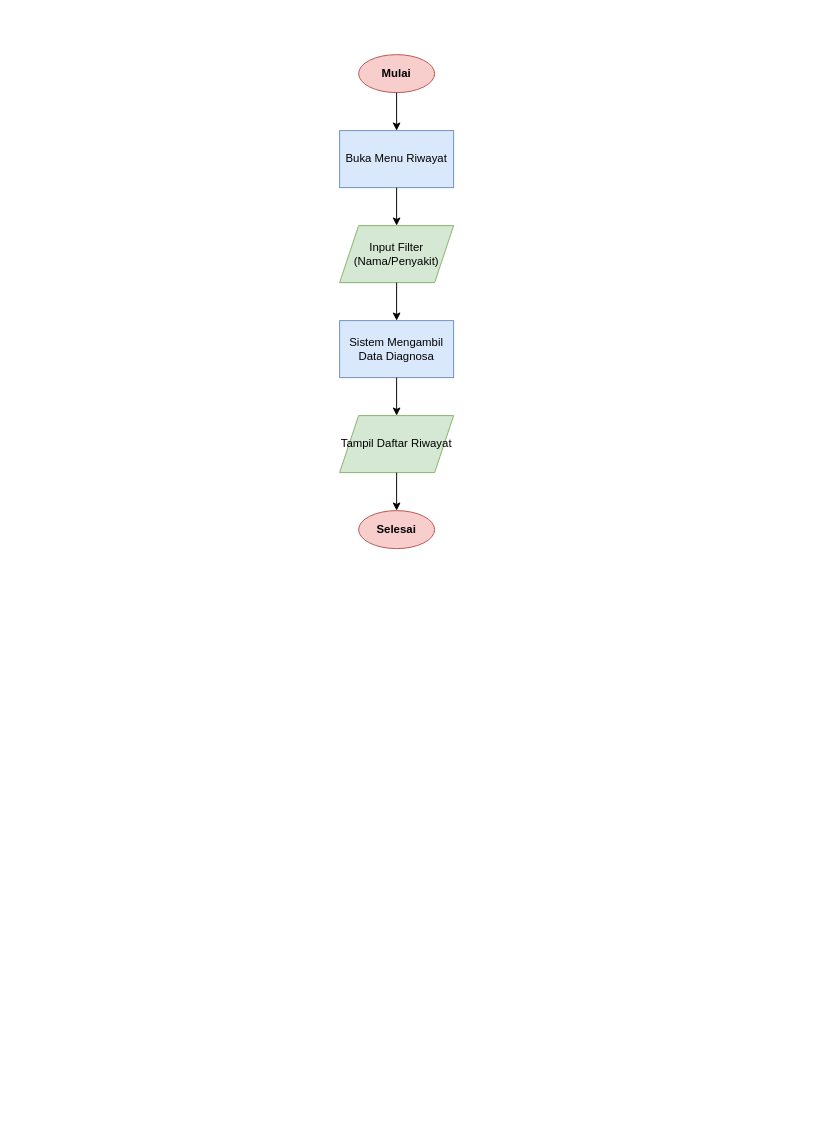
Before: diagram/flowchart/riwayat.drawio in Jinsky/Jinsky, a draw.io diagram. Source tidied: cells renumbered, new cells numbered last; positions are measured from the earlier drawing's top-left corner, leaving out a move shared by most shapes. Both pictures are drawn from the tidied source at 95%, with x=0, y=0 at pixel (339, 54).
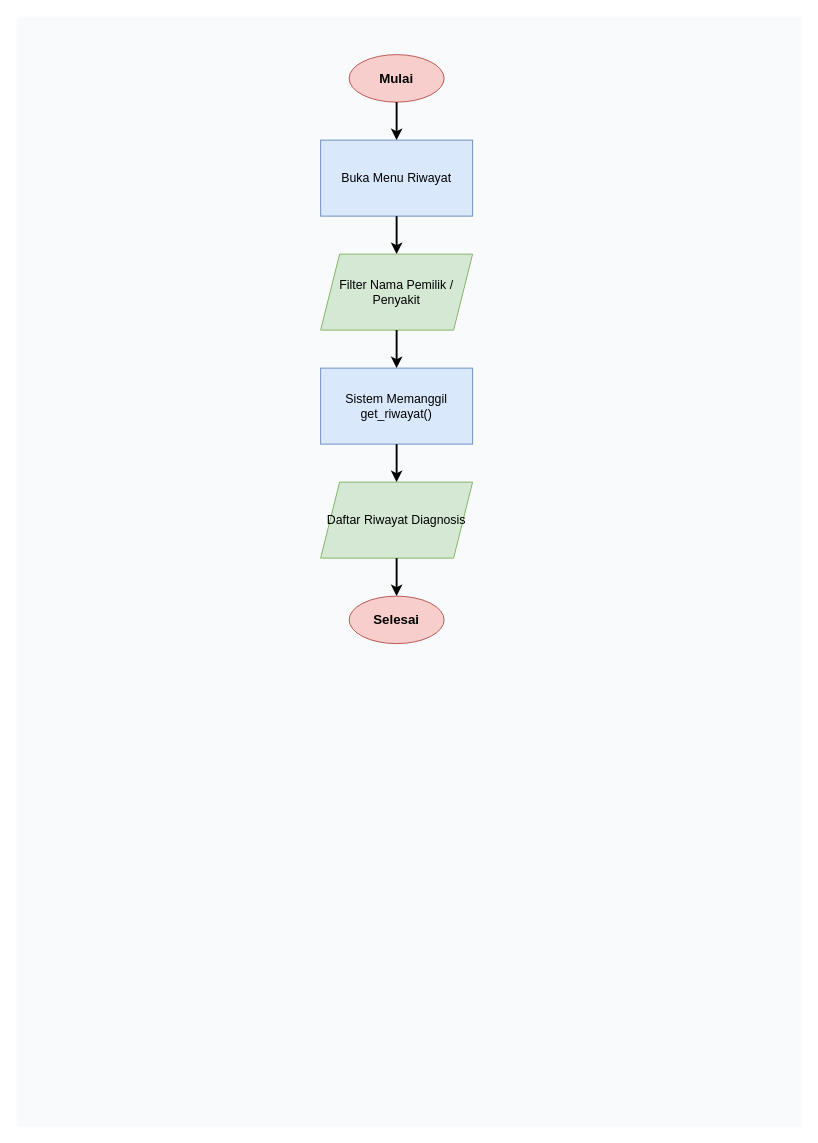
The same page after the edit.

Diff of the diagram source:
```diff
@@
 <mxGraphModel>
   <root>
     <mxCell id="0" />
     <mxCell id="1" parent="0" />
-    <mxCell id="2" value="Mulai" style="ellipse;whiteSpace=wrap;html=1;fillColor=#f8cecc;strokeColor=#b85450;fontStyle=1;" parent="1" vertex="1">
-      <mxGeometry x="20" width="80" height="40" as="geometry" />
-    </mxCell>
+    <mxCell id="13" style="rounded=0;whiteSpace=wrap;html=1;fillColor=#f8fafc;strokeColor=none;" parent="1" vertex="1">
+      <mxGeometry x="-340" y="-40" width="827" height="1169" as="geometry" />
+    </mxCell>
+    <mxCell id="12" value="Mulai" style="ellipse;whiteSpace=wrap;html=1;fillColor=#f8cecc;strokeColor=#b85450;fontStyle=1;fontSize=14;" parent="1" vertex="1">
+      <mxGeometry x="10" width="100" height="50" as="geometry" />
+    </mxCell>
-    <mxCell id="3" value="Buka Menu Riwayat" style="rounded=0;whiteSpace=wrap;html=1;fillColor=#dae8fc;strokeColor=#6c8ebf;" parent="1" vertex="1">
-      <mxGeometry y="80" width="120" height="60" as="geometry" />
+    <mxCell id="3" value="Buka Menu Riwayat" style="rounded=0;whiteSpace=wrap;html=1;fillColor=#dae8fc;strokeColor=#6c8ebf;fontSize=13;" parent="1" vertex="1">
+      <mxGeometry x="-20" y="90" width="160" height="80" as="geometry" />
     </mxCell>
-    <mxCell id="4" value="Input Filter (Nama/Penyakit)" style="shape=parallelogram;perimeter=parallelogramPerimeter;whiteSpace=wrap;html=1;fixedSize=1;fillColor=#d5e8d4;strokeColor=#82b366;" parent="1" vertex="1">
-      <mxGeometry y="180" width="120" height="60" as="geometry" />
-    </mxCell>
-    <mxCell id="5" value="Sistem Mengambil Data Diagnosa" style="rounded=0;whiteSpace=wrap;html=1;fillColor=#dae8fc;strokeColor=#6c8ebf;" parent="1" vertex="1">
-      <mxGeometry y="280" width="120" height="60" as="geometry" />
-    </mxCell>
-    <mxCell id="6" value="Tampil Daftar Riwayat" style="shape=parallelogram;perimeter=parallelogramPerimeter;whiteSpace=wrap;html=1;fixedSize=1;fillColor=#d5e8d4;strokeColor=#82b366;" parent="1" vertex="1">
-      <mxGeometry y="380" width="120" height="60" as="geometry" />
-    </mxCell>
+    <mxCell id="14" value="Filter Nama Pemilik / Penyakit" style="shape=parallelogram;perimeter=parallelogramPerimeter;whiteSpace=wrap;html=1;fixedSize=1;fillColor=#d5e8d4;strokeColor=#82b366;fontSize=13;" parent="1" vertex="1">
+      <mxGeometry x="-20" y="210" width="160" height="80" as="geometry" />
+    </mxCell>
+    <mxCell id="15" value="Sistem Memanggil get_riwayat()" style="rounded=0;whiteSpace=wrap;html=1;fillColor=#dae8fc;strokeColor=#6c8ebf;fontSize=13;" parent="1" vertex="1">
+      <mxGeometry x="-20" y="330" width="160" height="80" as="geometry" />
+    </mxCell>
+    <mxCell id="16" value="Daftar Riwayat Diagnosis" style="shape=parallelogram;perimeter=parallelogramPerimeter;whiteSpace=wrap;html=1;fixedSize=1;fillColor=#d5e8d4;strokeColor=#82b366;fontSize=13;" parent="1" vertex="1">
+      <mxGeometry x="-20" y="450" width="160" height="80" as="geometry" />
+    </mxCell>
-    <mxCell id="7" value="Selesai" style="ellipse;whiteSpace=wrap;html=1;fillColor=#f8cecc;strokeColor=#b85450;fontStyle=1;" parent="1" vertex="1">
-      <mxGeometry x="20" y="480" width="80" height="40" as="geometry" />
+    <mxCell id="7" value="Selesai" style="ellipse;whiteSpace=wrap;html=1;fillColor=#f8cecc;strokeColor=#b85450;fontStyle=1;fontSize=14;" parent="1" vertex="1">
+      <mxGeometry x="10" y="570" width="100" height="50" as="geometry" />
     </mxCell>
-    <mxCell id="8" style="edgeStyle=orthogonalEdgeStyle;rounded=0;jettySize=auto;html=1;" parent="1" edge="1" source="2" target="3">
-      <mxGeometry relative="1" as="geometry" />
-    </mxCell>
-    <mxCell id="9" style="edgeStyle=orthogonalEdgeStyle;rounded=0;jettySize=auto;html=1;" parent="1" edge="1" source="3" target="4">
-      <mxGeometry relative="1" as="geometry" />
-    </mxCell>
-    <mxCell id="10" style="edgeStyle=orthogonalEdgeStyle;rounded=0;jettySize=auto;html=1;" parent="1" edge="1" source="4" target="5">
-      <mxGeometry relative="1" as="geometry" />
-    </mxCell>
-    <mxCell id="11" style="edgeStyle=orthogonalEdgeStyle;rounded=0;jettySize=auto;html=1;" parent="1" edge="1" source="5" target="6">
-      <mxGeometry relative="1" as="geometry" />
-    </mxCell>
-    <mxCell id="12" style="edgeStyle=orthogonalEdgeStyle;rounded=0;jettySize=auto;html=1;" parent="1" edge="1" source="6" target="7">
-      <mxGeometry relative="1" as="geometry" />
-    </mxCell>
+    <mxCell id="17" style="edgeStyle=orthogonalEdgeStyle;rounded=1;jettySize=auto;html=1;strokeWidth=2;fontSize=11;" parent="1" edge="1" source="12" target="3">
+      <mxGeometry relative="1" as="geometry" />
+    </mxCell>
+    <mxCell id="18" style="edgeStyle=orthogonalEdgeStyle;rounded=1;jettySize=auto;html=1;strokeWidth=2;fontSize=11;" parent="1" edge="1" source="3" target="14">
+      <mxGeometry relative="1" as="geometry" />
+    </mxCell>
+    <mxCell id="19" style="edgeStyle=orthogonalEdgeStyle;rounded=1;jettySize=auto;html=1;strokeWidth=2;fontSize=11;" parent="1" edge="1" source="14" target="15">
+      <mxGeometry relative="1" as="geometry" />
+    </mxCell>
+    <mxCell id="20" style="edgeStyle=orthogonalEdgeStyle;rounded=1;jettySize=auto;html=1;strokeWidth=2;fontSize=11;" parent="1" edge="1" source="15" target="16">
+      <mxGeometry relative="1" as="geometry" />
+    </mxCell>
+    <mxCell id="21" style="edgeStyle=orthogonalEdgeStyle;rounded=1;jettySize=auto;html=1;strokeWidth=2;fontSize=11;" parent="1" edge="1" source="16" target="7">
+      <mxGeometry relative="1" as="geometry" />
+    </mxCell>
   </root>
 </mxGraphModel>
```
